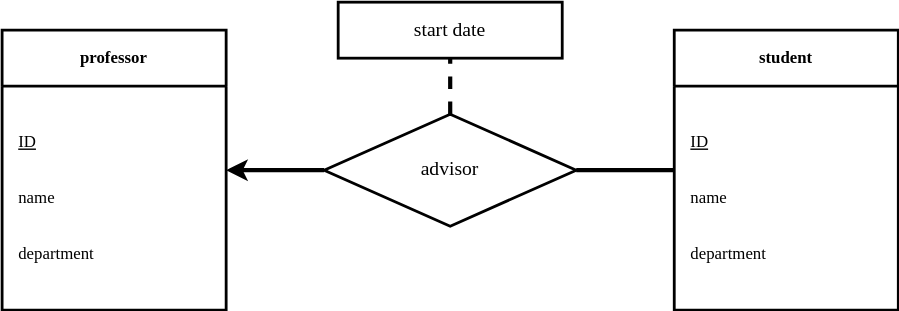
Earlier version of the draw.io export img/Entity-Relationship_Diagram.svg (9um4/yonsei-cs). Source tidied: cells renumbered, new cells last; positions are measured from the earlier drawing's top-left corner, leaving out a move shared by most shapes. Its diagram source:
```xml
<mxGraphModel>
  <root>
    <mxCell id="0" />
    <mxCell id="1" parent="0" />
    <mxCell id="2" style="edgeStyle=orthogonalEdgeStyle;rounded=0;jettySize=auto;html=1;exitX=1;exitY=0.5;exitDx=0;exitDy=0;entryX=0;entryY=0.5;entryDx=0;entryDy=0;startArrow=classic;startFill=1;endArrow=none;endFill=0;strokeWidth=3;" parent="1" edge="1" source="3" target="15">
      <mxGeometry relative="1" as="geometry" />
    </mxCell>
    <mxCell id="3" value="professor" style="swimlane;whiteSpace=wrap;html=1;startSize=40;fontFamily=Pretendard Medium;strokeWidth=2;fillColor=none;" parent="1" vertex="1">
      <mxGeometry y="20" width="160" height="200" as="geometry" />
    </mxCell>
    <mxCell id="4" style="rounded=0;whiteSpace=wrap;html=1;fillColor=none;" parent="3" vertex="1">
      <mxGeometry y="40" width="160" height="160" as="geometry" />
    </mxCell>
    <mxCell id="5" value="&lt;u&gt;ID&lt;/u&gt;" style="text;html=1;align=left;verticalAlign=middle;whiteSpace=wrap;rounded=0;fontFamily=Pretendard Medium;" parent="3" vertex="1">
      <mxGeometry x="10" y="60" width="140" height="40" as="geometry" />
    </mxCell>
    <mxCell id="6" value="name" style="text;html=1;align=left;verticalAlign=middle;whiteSpace=wrap;rounded=0;fontFamily=Pretendard Medium;" parent="3" vertex="1">
      <mxGeometry x="10" y="100" width="140" height="40" as="geometry" />
    </mxCell>
    <mxCell id="7" value="department" style="text;html=1;align=left;verticalAlign=middle;whiteSpace=wrap;rounded=0;fontFamily=Pretendard Medium;" parent="3" vertex="1">
      <mxGeometry x="10" y="140" width="140" height="40" as="geometry" />
    </mxCell>
    <mxCell id="8" style="edgeStyle=orthogonalEdgeStyle;rounded=0;jettySize=auto;html=1;exitX=0;exitY=0.5;exitDx=0;exitDy=0;entryX=1;entryY=0.5;entryDx=0;entryDy=0;endArrow=none;endFill=0;strokeWidth=3;" parent="1" edge="1" source="9" target="15">
      <mxGeometry relative="1" as="geometry" />
    </mxCell>
    <mxCell id="9" value="student" style="swimlane;whiteSpace=wrap;html=1;startSize=40;fontFamily=Pretendard Medium;strokeWidth=2;fillColor=none;" parent="1" vertex="1">
      <mxGeometry x="480" y="20" width="160" height="200" as="geometry" />
    </mxCell>
    <mxCell id="10" style="rounded=0;whiteSpace=wrap;html=1;fillColor=none;" parent="9" vertex="1">
      <mxGeometry y="40" width="160" height="160" as="geometry" />
    </mxCell>
    <mxCell id="11" value="&lt;u&gt;ID&lt;/u&gt;" style="text;html=1;align=left;verticalAlign=middle;whiteSpace=wrap;rounded=0;fontFamily=Pretendard Medium;" parent="9" vertex="1">
      <mxGeometry x="10" y="60" width="140" height="40" as="geometry" />
    </mxCell>
    <mxCell id="12" value="name" style="text;html=1;align=left;verticalAlign=middle;whiteSpace=wrap;rounded=0;fontFamily=Pretendard Medium;" parent="9" vertex="1">
      <mxGeometry x="10" y="100" width="140" height="40" as="geometry" />
    </mxCell>
    <mxCell id="13" value="department" style="text;html=1;align=left;verticalAlign=middle;whiteSpace=wrap;rounded=0;fontFamily=Pretendard Medium;" parent="9" vertex="1">
      <mxGeometry x="10" y="140" width="140" height="40" as="geometry" />
    </mxCell>
    <mxCell id="14" style="edgeStyle=orthogonalEdgeStyle;rounded=0;jettySize=auto;html=1;exitX=0.5;exitY=0;exitDx=0;exitDy=0;dashed=1;endArrow=none;endFill=0;strokeWidth=3;" parent="1" edge="1" source="15" target="16">
      <mxGeometry relative="1" as="geometry" />
    </mxCell>
    <mxCell id="15" value="&lt;font style=&quot;font-size: 14px;&quot;&gt;advisor&lt;/font&gt;" style="rhombus;whiteSpace=wrap;html=1;fontFamily=Pretendard Medium;fontSize=14;strokeWidth=2;fillColor=none;" parent="1" vertex="1">
      <mxGeometry x="230" y="80" width="180" height="80" as="geometry" />
    </mxCell>
    <mxCell id="16" value="&lt;font style=&quot;font-size: 14px;&quot; face=&quot;Pretendard Medium&quot;&gt;start date&lt;/font&gt;" style="rounded=0;whiteSpace=wrap;html=1;fontSize=14;strokeWidth=2;fillColor=none;" parent="1" vertex="1">
      <mxGeometry x="240" width="160" height="40" as="geometry" />
    </mxCell>
  </root>
</mxGraphModel>
```
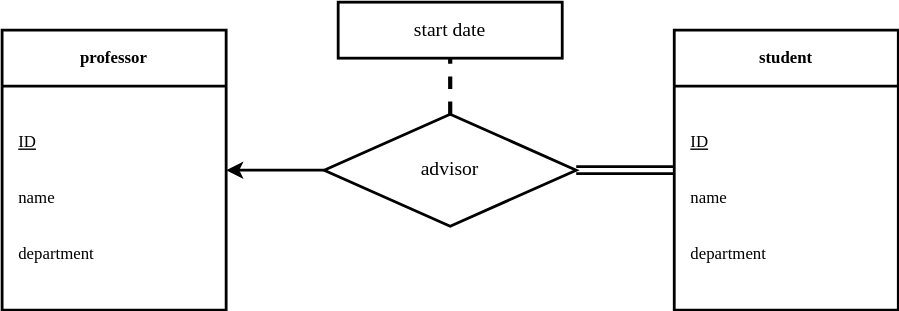
After the commit.

Commit message:
docs(Entity-Relationship_Diagram.md): add descriptions for Participation and examples to improve understanding of Entity-Relationship Diagram concepts

Change to the diagram source:
```diff
@@ -2,7 +2,7 @@
   <root>
     <mxCell id="0" />
     <mxCell id="1" parent="0" />
-    <mxCell id="2" style="edgeStyle=orthogonalEdgeStyle;rounded=0;jettySize=auto;html=1;exitX=1;exitY=0.5;exitDx=0;exitDy=0;entryX=0;entryY=0.5;entryDx=0;entryDy=0;startArrow=classic;startFill=1;endArrow=none;endFill=0;strokeWidth=3;" parent="1" edge="1" source="3" target="15">
+    <mxCell id="2" style="edgeStyle=orthogonalEdgeStyle;rounded=0;jettySize=auto;html=1;exitX=1;exitY=0.5;exitDx=0;exitDy=0;entryX=0;entryY=0.5;entryDx=0;entryDy=0;startArrow=classic;startFill=1;endArrow=none;endFill=0;strokeWidth=2;" parent="1" edge="1" source="3" target="15">
       <mxGeometry relative="1" as="geometry" />
     </mxCell>
     <mxCell id="3" value="professor" style="swimlane;whiteSpace=wrap;html=1;startSize=40;fontFamily=Pretendard Medium;strokeWidth=2;fillColor=none;" parent="1" vertex="1">
@@ -20,7 +20,7 @@
     <mxCell id="7" value="department" style="text;html=1;align=left;verticalAlign=middle;whiteSpace=wrap;rounded=0;fontFamily=Pretendard Medium;" parent="3" vertex="1">
       <mxGeometry x="10" y="140" width="140" height="40" as="geometry" />
     </mxCell>
-    <mxCell id="8" style="edgeStyle=orthogonalEdgeStyle;rounded=0;jettySize=auto;html=1;exitX=0;exitY=0.5;exitDx=0;exitDy=0;entryX=1;entryY=0.5;entryDx=0;entryDy=0;endArrow=none;endFill=0;strokeWidth=3;" parent="1" edge="1" source="9" target="15">
+    <mxCell id="8" style="rounded=0;jettySize=auto;html=1;exitX=0;exitY=0.5;exitDx=0;exitDy=0;entryX=1;entryY=0.5;entryDx=0;entryDy=0;endArrow=none;endFill=0;strokeWidth=2;sourcePerimeterSpacing=0;targetPerimeterSpacing=0;shape=link;" parent="1" edge="1" source="9" target="15">
       <mxGeometry relative="1" as="geometry" />
     </mxCell>
     <mxCell id="9" value="student" style="swimlane;whiteSpace=wrap;html=1;startSize=40;fontFamily=Pretendard Medium;strokeWidth=2;fillColor=none;" parent="1" vertex="1">
```
